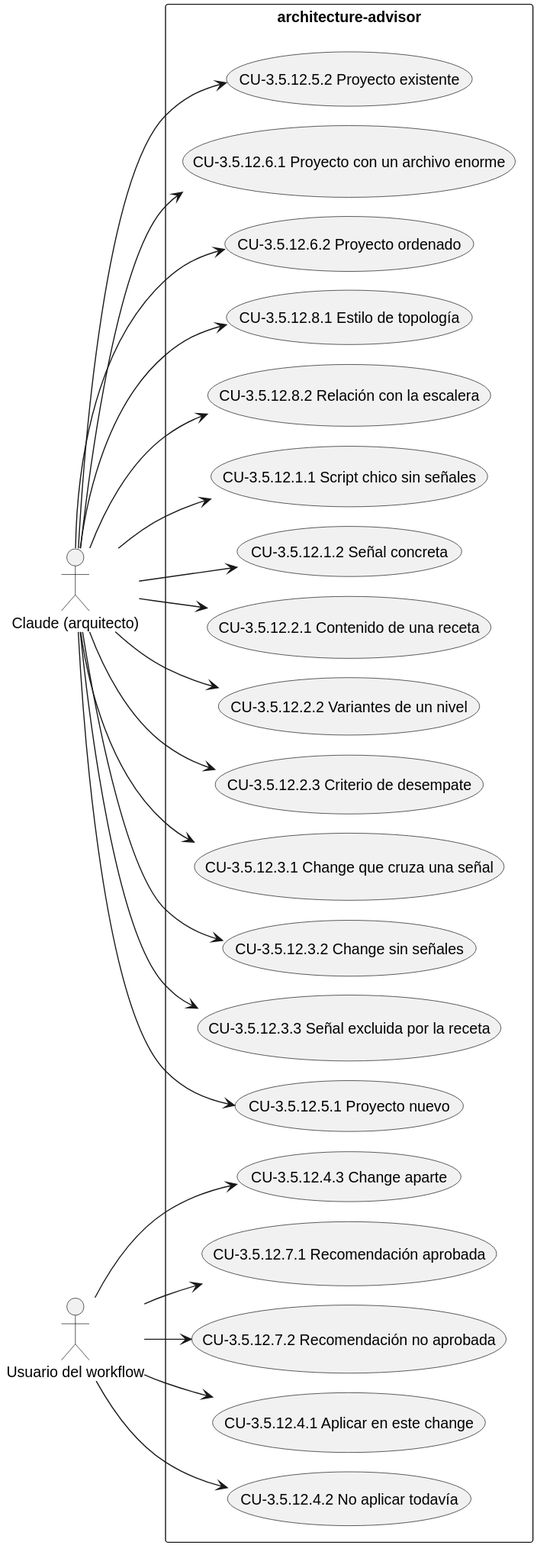
Before: docs/diagramas/CAP-3.5.12.svg, a diagram exported from PlantUML (Lautaro-Montecchiani/sdd-global-config).
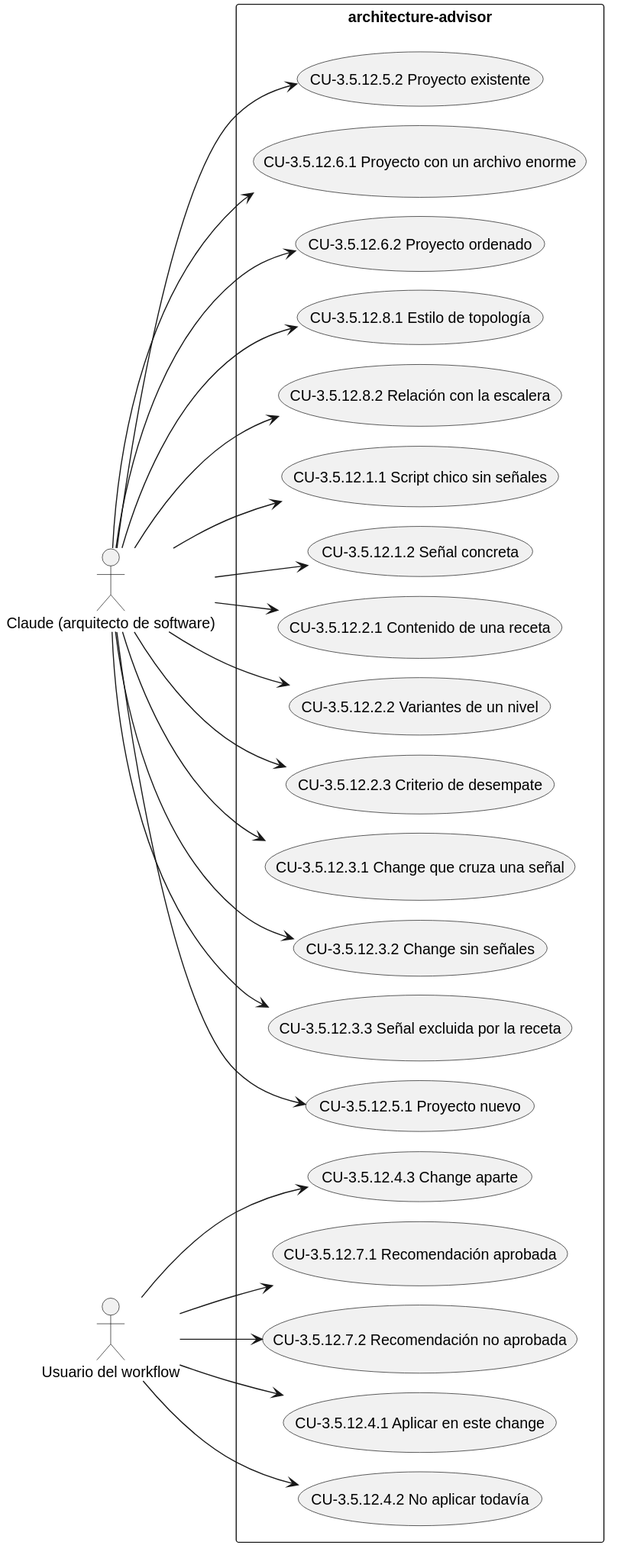
After the commit.

Diff of the diagram source:
```diff
@@ -1,8 +1,8 @@
 @startuml
 !pragma layout smetana
 left to right direction
-actor "Claude (arquitecto)" as A1
-actor "Usuario del workflow" as A3
+actor "Claude (arquitecto de software)" as A1
+actor "Usuario del workflow" as A2
 rectangle "architecture-advisor" {
   usecase "CU-3.5.12.1.1 Script chico sin señales" as UC_3_5_12_1_1
   usecase "CU-3.5.12.1.2 Señal concreta" as UC_3_5_12_1_2
@@ -32,15 +32,15 @@
 A1 --> UC_3_5_12_3_1
 A1 --> UC_3_5_12_3_2
 A1 --> UC_3_5_12_3_3
-A3 --> UC_3_5_12_4_1
-A3 --> UC_3_5_12_4_2
-A3 --> UC_3_5_12_4_3
+A2 --> UC_3_5_12_4_1
+A2 --> UC_3_5_12_4_2
+A2 --> UC_3_5_12_4_3
 A1 --> UC_3_5_12_5_1
 A1 --> UC_3_5_12_5_2
 A1 --> UC_3_5_12_6_1
 A1 --> UC_3_5_12_6_2
-A3 --> UC_3_5_12_7_1
-A3 --> UC_3_5_12_7_2
+A2 --> UC_3_5_12_7_1
+A2 --> UC_3_5_12_7_2
 A1 --> UC_3_5_12_8_1
 A1 --> UC_3_5_12_8_2
 @enduml
```
